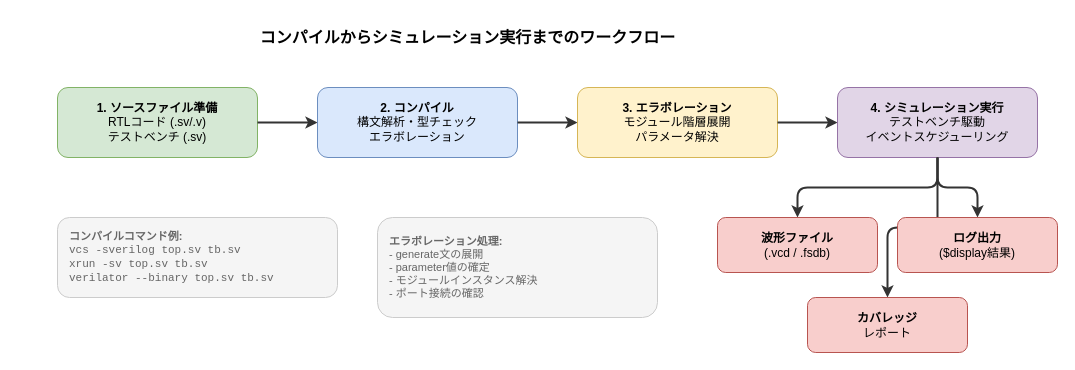
Earlier version of the draw.io diagram images/systemverilog-guidebook/ch02_workflow.drawio (aquaxis/webdoc). Source tidied: cells renumbered, new cells numbered last; positions are measured from the earlier drawing's top-left corner, leaving out a move shared by most shapes. Both pictures are drawn from the tidied source at 100%, with x=0, y=0 at pixel (57, 17).
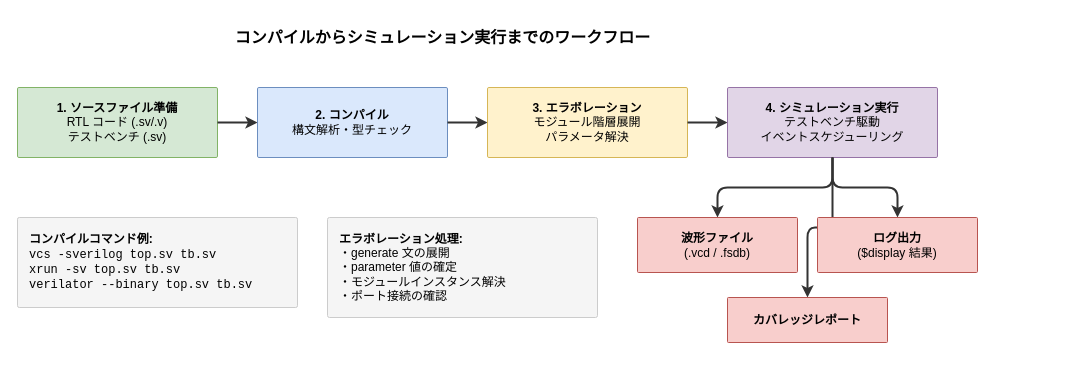
Above is the later version.

The edit, as a diff of the source:
```diff
@@
 <mxGraphModel>
   <root>
     <mxCell id="0" />
     <mxCell id="1" parent="0" />
     <mxCell id="2" value="&lt;b&gt;コンパイルからシミュレーション実行までのワークフロー&lt;/b&gt;" style="text;html=1;align=center;verticalAlign=middle;strokeColor=none;fillColor=none;fontSize=16;" parent="1" vertex="1">
-      <mxGeometry x="170" width="480" height="40" as="geometry" />
+      <mxGeometry x="140" width="490" height="40" as="geometry" />
     </mxCell>
-    <mxCell id="3" value="&lt;b&gt;1. ソースファイル準備&lt;/b&gt;&lt;br&gt;RTLコード (.sv/.v)&lt;br&gt;テストベンチ (.sv)" style="rounded=1;whiteSpace=wrap;html=1;fillColor=#d5e8d4;strokeColor=#82b366;fontSize=12;" parent="1" vertex="1">
-      <mxGeometry y="70" width="200" height="70" as="geometry" />
+    <mxCell id="3" value="&lt;b&gt;1. ソースファイル準備&lt;/b&gt;&lt;br&gt;RTL コード (.sv/.v)&lt;br&gt;テストベンチ (.sv)" style="rounded=1;arcSize=2;whiteSpace=wrap;html=1;fillColor=#d5e8d4;strokeColor=#82b366;fontSize=12;" parent="1" vertex="1">
+      <mxGeometry x="-40" y="70" width="200" height="70" as="geometry" />
     </mxCell>
     <mxCell id="4" style="edgeStyle=orthogonalEdgeStyle;strokeWidth=2;strokeColor=#333333;" parent="1" edge="1" source="3" target="5">
       <mxGeometry relative="1" as="geometry" />
     </mxCell>
-    <mxCell id="5" value="&lt;b&gt;2. コンパイル&lt;/b&gt;&lt;br&gt;構文解析・型チェック&lt;br&gt;エラボレーション" style="rounded=1;whiteSpace=wrap;html=1;fillColor=#dae8fc;strokeColor=#6c8ebf;fontSize=12;" parent="1" vertex="1">
-      <mxGeometry x="260" y="70" width="200" height="70" as="geometry" />
+    <mxCell id="5" value="&lt;b&gt;2. コンパイル&lt;/b&gt;&lt;br&gt;構文解析・型チェック" style="rounded=1;arcSize=2;whiteSpace=wrap;html=1;fillColor=#dae8fc;strokeColor=#6c8ebf;fontSize=12;" parent="1" vertex="1">
+      <mxGeometry x="200" y="70" width="190" height="70" as="geometry" />
     </mxCell>
     <mxCell id="6" style="edgeStyle=orthogonalEdgeStyle;strokeWidth=2;strokeColor=#333333;" parent="1" edge="1" source="5" target="7">
       <mxGeometry relative="1" as="geometry" />
     </mxCell>
-    <mxCell id="7" value="&lt;b&gt;3. エラボレーション&lt;/b&gt;&lt;br&gt;モジュール階層展開&lt;br&gt;パラメータ解決" style="rounded=1;whiteSpace=wrap;html=1;fillColor=#fff2cc;strokeColor=#d6b656;fontSize=12;" parent="1" vertex="1">
-      <mxGeometry x="520" y="70" width="200" height="70" as="geometry" />
+    <mxCell id="7" value="&lt;b&gt;3. エラボレーション&lt;/b&gt;&lt;br&gt;モジュール階層展開&lt;br&gt;パラメータ解決" style="rounded=1;arcSize=2;whiteSpace=wrap;html=1;fillColor=#fff2cc;strokeColor=#d6b656;fontSize=12;" parent="1" vertex="1">
+      <mxGeometry x="430" y="70" width="200" height="70" as="geometry" />
     </mxCell>
     <mxCell id="8" style="edgeStyle=orthogonalEdgeStyle;strokeWidth=2;strokeColor=#333333;" parent="1" edge="1" source="7" target="9">
       <mxGeometry relative="1" as="geometry" />
     </mxCell>
-    <mxCell id="9" value="&lt;b&gt;4. シミュレーション実行&lt;/b&gt;&lt;br&gt;テストベンチ駆動&lt;br&gt;イベントスケジューリング" style="rounded=1;whiteSpace=wrap;html=1;fillColor=#e1d5e7;strokeColor=#9673a6;fontSize=12;" parent="1" vertex="1">
-      <mxGeometry x="780" y="70" width="200" height="70" as="geometry" />
+    <mxCell id="9" value="&lt;b&gt;4. シミュレーション実行&lt;/b&gt;&lt;br&gt;テストベンチ駆動&lt;br&gt;イベントスケジューリング" style="rounded=1;arcSize=2;whiteSpace=wrap;html=1;fillColor=#e1d5e7;strokeColor=#9673a6;fontSize=12;" parent="1" vertex="1">
+      <mxGeometry x="670" y="70" width="210" height="70" as="geometry" />
     </mxCell>
     <mxCell id="10" style="edgeStyle=orthogonalEdgeStyle;strokeWidth=2;strokeColor=#333333;" parent="1" edge="1" source="9" target="13">
       <mxGeometry relative="1" as="geometry" />
     </mxCell>
     <mxCell id="11" style="edgeStyle=orthogonalEdgeStyle;strokeWidth=2;strokeColor=#333333;" parent="1" edge="1" source="9" target="14">
       <mxGeometry relative="1" as="geometry" />
     </mxCell>
     <mxCell id="12" style="edgeStyle=orthogonalEdgeStyle;strokeWidth=2;strokeColor=#333333;" parent="1" edge="1" source="9" target="15">
       <mxGeometry relative="1" as="geometry" />
     </mxCell>
-    <mxCell id="13" value="&lt;b&gt;波形ファイル&lt;/b&gt;&lt;br&gt;(.vcd / .fsdb)" style="rounded=1;whiteSpace=wrap;html=1;fillColor=#f8cecc;strokeColor=#b85450;fontSize=12;" parent="1" vertex="1">
-      <mxGeometry x="660" y="200" width="160" height="55" as="geometry" />
+    <mxCell id="13" value="&lt;b&gt;波形ファイル&lt;/b&gt;&lt;br&gt;(.vcd / .fsdb)" style="rounded=1;arcSize=2;whiteSpace=wrap;html=1;fillColor=#f8cecc;strokeColor=#b85450;fontSize=12;" parent="1" vertex="1">
+      <mxGeometry x="580" y="200" width="160" height="55" as="geometry" />
     </mxCell>
-    <mxCell id="14" value="&lt;b&gt;ログ出力&lt;/b&gt;&lt;br&gt;($display結果)" style="rounded=1;whiteSpace=wrap;html=1;fillColor=#f8cecc;strokeColor=#b85450;fontSize=12;" parent="1" vertex="1">
-      <mxGeometry x="840" y="200" width="160" height="55" as="geometry" />
+    <mxCell id="14" value="&lt;b&gt;ログ出力&lt;/b&gt;&lt;br&gt;($display 結果)" style="rounded=1;arcSize=2;whiteSpace=wrap;html=1;fillColor=#f8cecc;strokeColor=#b85450;fontSize=12;" parent="1" vertex="1">
+      <mxGeometry x="760" y="200" width="160" height="55" as="geometry" />
     </mxCell>
-    <mxCell id="15" value="&lt;b&gt;カバレッジ&lt;/b&gt;&lt;br&gt;レポート" style="rounded=1;whiteSpace=wrap;html=1;fillColor=#f8cecc;strokeColor=#b85450;fontSize=12;" parent="1" vertex="1">
-      <mxGeometry x="750" y="280" width="160" height="55" as="geometry" />
+    <mxCell id="15" value="&lt;b&gt;カバレッジレポート&lt;/b&gt;" style="rounded=1;arcSize=2;whiteSpace=wrap;html=1;fillColor=#f8cecc;strokeColor=#b85450;fontSize=12;" parent="1" vertex="1">
+      <mxGeometry x="670" y="280" width="160" height="45" as="geometry" />
     </mxCell>
-    <mxCell id="16" value="&lt;font color=&quot;#666666&quot;&gt;&lt;b&gt;コンパイルコマンド例:&lt;/b&gt;&lt;br&gt;&lt;font face=&quot;monospace&quot;&gt;vcs -sverilog top.sv tb.sv&lt;br&gt;xrun -sv top.sv tb.sv&lt;br&gt;verilator --binary top.sv tb.sv&lt;/font&gt;&lt;/font&gt;" style="rounded=1;whiteSpace=wrap;html=1;fillColor=#f5f5f5;strokeColor=#CCCCCC;fontSize=11;align=left;spacingLeft=10;" parent="1" vertex="1">
-      <mxGeometry y="200" width="280" height="80" as="geometry" />
+    <mxCell id="16" value="&lt;b&gt;コンパイルコマンド例:&lt;/b&gt;&lt;br&gt;&lt;font face=&quot;monospace&quot;&gt;vcs -sverilog top.sv tb.sv&lt;br&gt;xrun -sv top.sv tb.sv&lt;br&gt;verilator --binary top.sv tb.sv&lt;/font&gt;" style="rounded=1;arcSize=2;whiteSpace=wrap;html=1;fillColor=#f5f5f5;strokeColor=#CCCCCC;fontSize=12;align=left;spacingLeft=10;" parent="1" vertex="1">
+      <mxGeometry x="-40" y="200" width="280" height="90" as="geometry" />
     </mxCell>
-    <mxCell id="17" value="&lt;font color=&quot;#666666&quot;&gt;&lt;b&gt;エラボレーション処理:&lt;/b&gt;&lt;br&gt;- generate文の展開&lt;br&gt;- parameter値の確定&lt;br&gt;- モジュールインスタンス解決&lt;br&gt;- ポート接続の確認&lt;/font&gt;" style="rounded=1;whiteSpace=wrap;html=1;fillColor=#f5f5f5;strokeColor=#CCCCCC;fontSize=11;align=left;spacingLeft=10;" parent="1" vertex="1">
-      <mxGeometry x="320" y="200" width="280" height="100" as="geometry" />
+    <mxCell id="17" value="&lt;b&gt;エラボレーション処理:&lt;/b&gt;&lt;br&gt;・generate 文の展開&lt;br&gt;・parameter 値の確定&lt;br&gt;・モジュールインスタンス解決&lt;br&gt;・ポート接続の確認" style="rounded=1;arcSize=2;whiteSpace=wrap;html=1;fillColor=#f5f5f5;strokeColor=#CCCCCC;fontSize=12;align=left;spacingLeft=10;" parent="1" vertex="1">
+      <mxGeometry x="270" y="200" width="270" height="100" as="geometry" />
     </mxCell>
   </root>
 </mxGraphModel>
```
